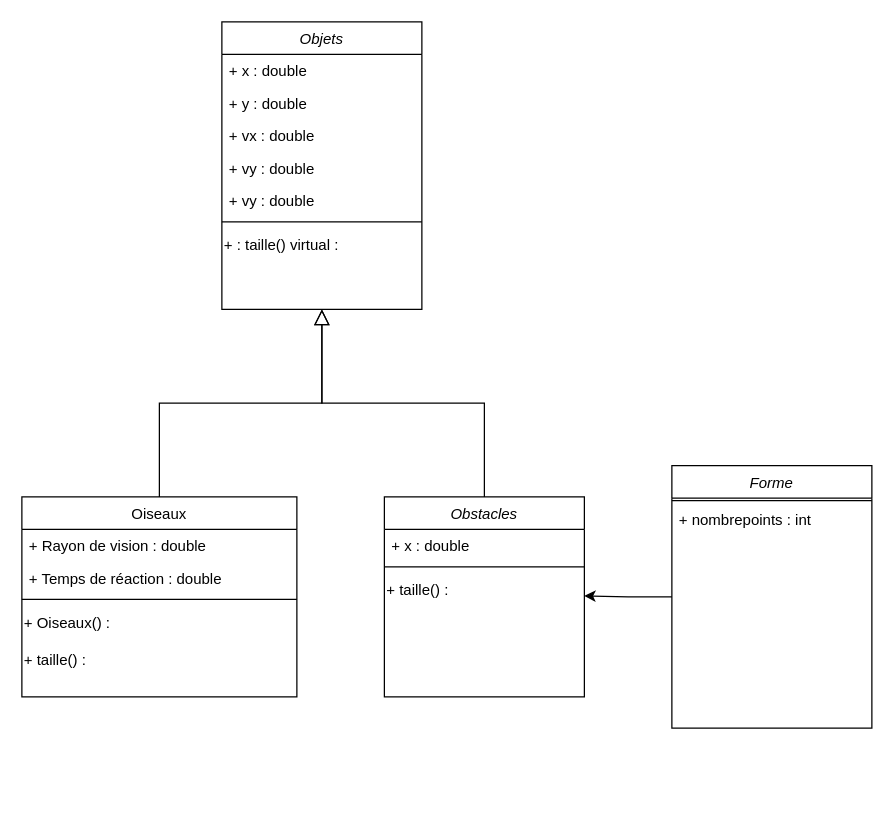
The draw.io diagram Diagrammeclasse.drawio in Bribrigentil/projet, before the edit. Source tidied: cells renumbered, new cells numbered last; positions are measured from the earlier drawing's top-left corner, leaving out a move shared by most shapes. Both pictures are drawn from the tidied source at 125%, with x=0, y=0 at pixel (21, 21).
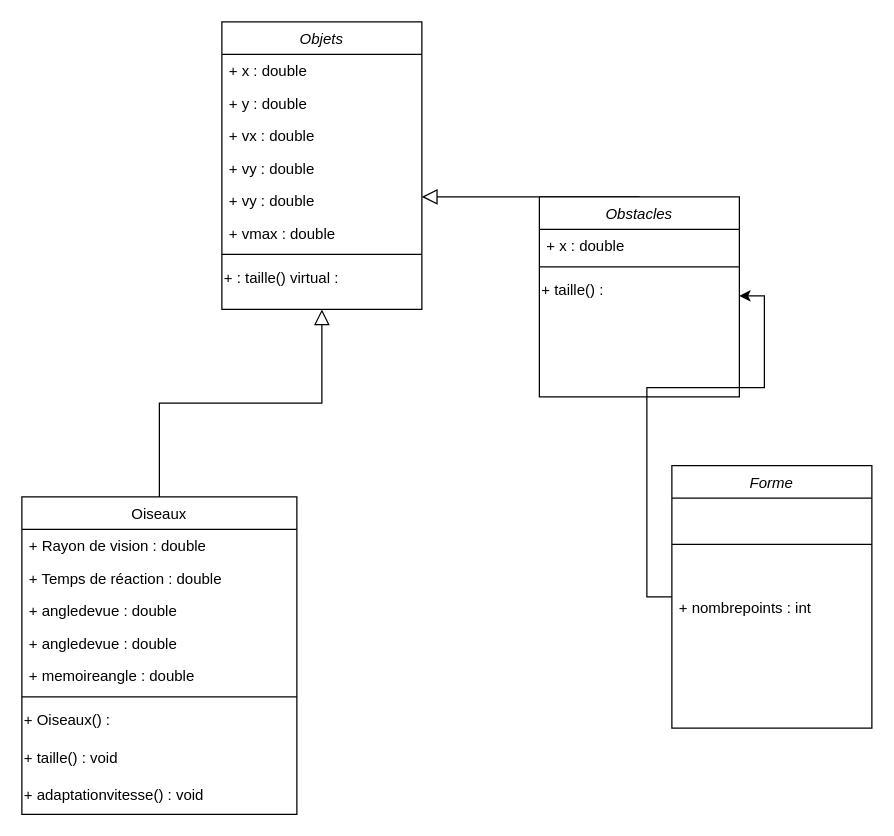
Above is the later version.

Unchanged cells that the change refers to:
```xml
<mxCell id="2" value="Objets&#10;" style="swimlane;fontStyle=2;align=center;verticalAlign=top;horizontal=1;startSize=26;rounded=0;shadow=0;strokeWidth=1;" parent="1" vertex="1">
  <mxGeometry x="160" width="160" height="230" as="geometry" />
</mxCell>
<mxCell id="18" value="Forme" style="swimlane;fontStyle=2;align=center;verticalAlign=top;horizontal=1;startSize=26;rounded=0;shadow=0;strokeWidth=1;" parent="1" vertex="1">
  <mxGeometry x="520" y="355" width="160" height="210" as="geometry" />
</mxCell>
```

Change to the diagram source:
```diff
@@
+    <mxCell id="26" value="+ vmax : double" style="text;align=left;verticalAlign=top;spacingLeft=4;spacingRight=4;overflow=hidden;rounded=0;shadow=0;html=0;" parent="2" vertex="1">
+      <mxGeometry y="156" width="160" height="26" as="geometry" />
+    </mxCell>
     <mxCell id="8" style="line;html=1;strokeWidth=1;align=left;verticalAlign=middle;spacingTop=-1;spacingLeft=3;spacingRight=3;labelPosition=right;" parent="2" vertex="1">
-      <mxGeometry y="156" width="160" height="8" as="geometry" />
+      <mxGeometry y="182" width="160" height="8" as="geometry" />
     </mxCell>
     <mxCell id="9" value="&lt;div align=&quot;left&quot;&gt;+ : taille() virtual :&lt;/div&gt;" style="text;html=1;align=left;verticalAlign=middle;strokeColor=none;fillColor=none;" parent="2" vertex="1">
-      <mxGeometry y="164" width="160" height="30" as="geometry" />
+      <mxGeometry y="190" width="160" height="30" as="geometry" />
     </mxCell>
     <mxCell id="10" value="Oiseaux" style="swimlane;fontStyle=0;align=center;verticalAlign=top;horizontal=1;startSize=26;rounded=0;shadow=0;strokeWidth=1;" parent="1" vertex="1">
-      <mxGeometry y="380" width="220" height="160" as="geometry" />
+      <mxGeometry y="380" width="220" height="254" as="geometry" />
     </mxCell>
@@
+    <mxCell id="27" value="+ angledevue : double" style="text;align=left;verticalAlign=top;spacingLeft=4;spacingRight=4;overflow=hidden;rounded=0;shadow=0;html=0;" parent="10" vertex="1">
+      <mxGeometry y="78" width="220" height="26" as="geometry" />
+    </mxCell>
+    <mxCell id="28" value="+ angledevue : double" style="text;align=left;verticalAlign=top;spacingLeft=4;spacingRight=4;overflow=hidden;rounded=0;shadow=0;html=0;" parent="10" vertex="1">
+      <mxGeometry y="104" width="220" height="26" as="geometry" />
+    </mxCell>
+    <mxCell id="29" value="+ memoireangle : double" style="text;align=left;verticalAlign=top;spacingLeft=4;spacingRight=4;overflow=hidden;rounded=0;shadow=0;html=0;" parent="10" vertex="1">
+      <mxGeometry y="130" width="220" height="26" as="geometry" />
+    </mxCell>
     <mxCell id="13" style="line;html=1;strokeWidth=1;align=left;verticalAlign=middle;spacingTop=-1;spacingLeft=3;spacingRight=3;labelPosition=right;" parent="10" vertex="1">
-      <mxGeometry y="78" width="220" height="8" as="geometry" />
+      <mxGeometry y="156" width="220" height="8" as="geometry" />
     </mxCell>
     <mxCell id="14" value="&lt;div align=&quot;left&quot;&gt;+ Oiseaux() :&lt;br&gt;&lt;/div&gt;" style="text;html=1;align=left;verticalAlign=middle;strokeColor=none;fillColor=none;" parent="10" vertex="1">
-      <mxGeometry y="86" width="220" height="30" as="geometry" />
+      <mxGeometry y="164" width="220" height="30" as="geometry" />
     </mxCell>
-    <mxCell id="15" value="&lt;div align=&quot;left&quot;&gt;+ taille() :&lt;br&gt;&lt;/div&gt;" style="text;html=1;align=left;verticalAlign=middle;strokeColor=none;fillColor=none;" parent="10" vertex="1">
-      <mxGeometry y="116" width="220" height="30" as="geometry" />
+    <mxCell id="15" value="&lt;div align=&quot;left&quot;&gt;+ taille() : void&lt;br&gt;&lt;/div&gt;" style="text;html=1;align=left;verticalAlign=middle;strokeColor=none;fillColor=none;" parent="10" vertex="1">
+      <mxGeometry y="194" width="220" height="30" as="geometry" />
     </mxCell>
+    <mxCell id="30" value="+ adaptationvitesse() : void" style="text;html=1;align=left;verticalAlign=middle;strokeColor=none;fillColor=none;" parent="10" vertex="1">
+      <mxGeometry y="224" width="220" height="30" as="geometry" />
+    </mxCell>
@@
     <mxCell id="19" style="line;html=1;strokeWidth=1;align=left;verticalAlign=middle;spacingTop=-1;spacingLeft=3;spacingRight=3;labelPosition=right;" parent="18" vertex="1">
-      <mxGeometry y="26" width="160" height="4" as="geometry" />
+      <mxGeometry y="26" width="160" height="74" as="geometry" />
     </mxCell>
     <mxCell id="20" value="+ nombrepoints : int" style="text;align=left;verticalAlign=top;spacingLeft=4;spacingRight=4;overflow=hidden;" parent="18" vertex="1">
-      <mxGeometry y="30" width="160" height="26" as="geometry" />
+      <mxGeometry y="100" width="160" height="26" as="geometry" />
     </mxCell>
     <mxCell id="21" value="Obstacles" style="swimlane;fontStyle=2;align=center;verticalAlign=top;horizontal=1;startSize=26;rounded=0;shadow=0;strokeWidth=1;" parent="1" vertex="1">
-      <mxGeometry x="290" y="380" width="160" height="160" as="geometry" />
+      <mxGeometry x="414" y="140" width="160" height="160" as="geometry" />
     </mxCell>
```
